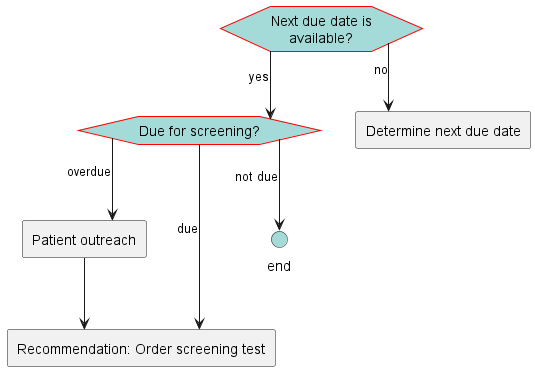
Above: images/flow-ScreeningDue.png in ccsm-cds-tools/CDC-Colorectal-Cancer-Screening-CDS-L2 (PlantUML), before the change.
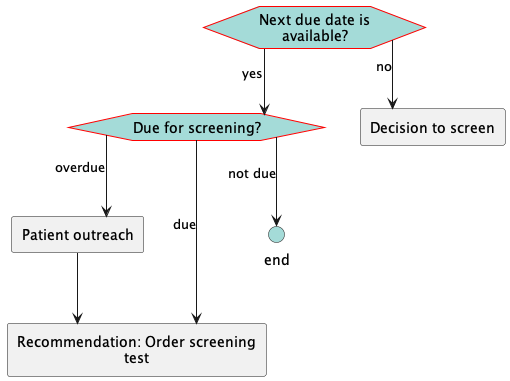
Above is the later version.

The edit, as a diff of the source:
```diff
@@ -20,7 +20,7 @@
 hexagon "Next due date is available?" as eve_nextdueexists [[#eve-nextdueexists]]
 hexagon "Due for screening? " as eve_DetermineIfDueForScreening [[#eve-DetermineIfDueForScreening]]
 rectangle "Patient outreach" as act_patientOutreach [[#act-patientOutreach]]
-rectangle "Determine next due date" as act_determinedue [[#act-determinedue]]
+rectangle "Decision to screen" as act_determinedue [[#act-determinedue]]
 rectangle "Recommendation: Order screening test" as act_orderTest [[#act-orderTest]]
 circle "end" as end_1 <<end>>
 eve_nextdueexists-->eve_DetermineIfDueForScreening: yes
```
